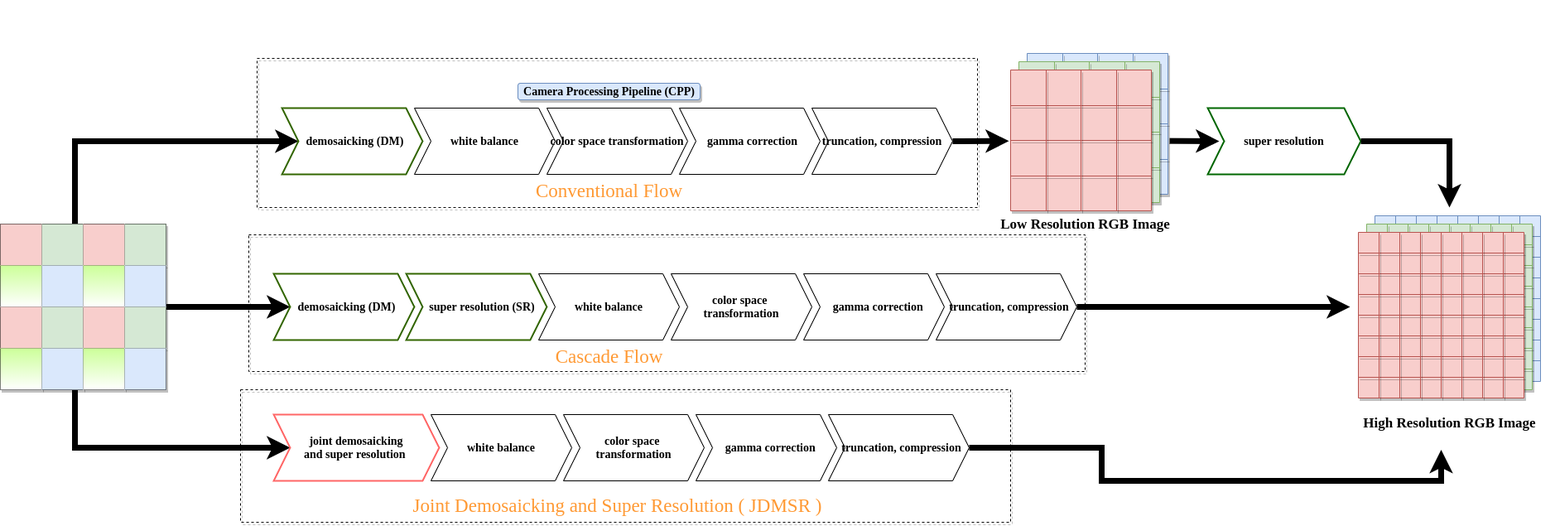
Earlier version of the draw.io export processing_pipeline.png (Howeng98/Demosaicing_SuperResolution). Source tidied: cells renumbered, new cells last; positions are measured from the earlier drawing's top-left corner, leaving out a move shared by most shapes.
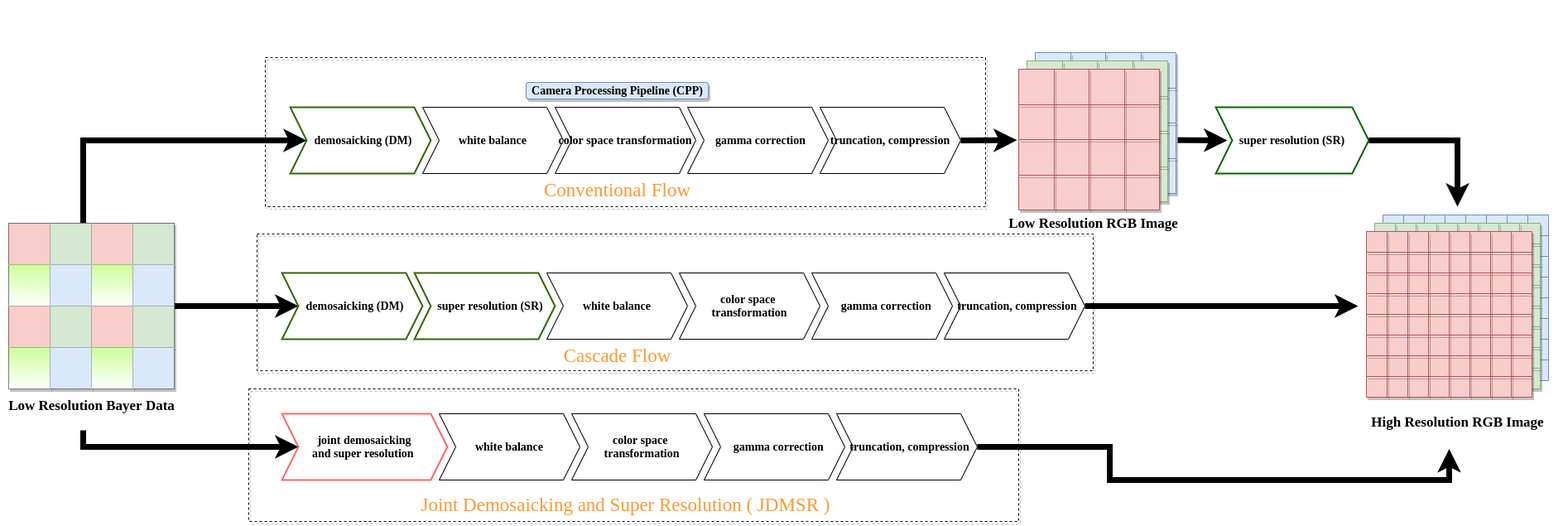
After the change.

Diff of the diagram source:
```diff
@@ -23,8 +23,9 @@
         <mxPoint x="350" y="306" as="targetPoint" />
       </mxGeometry>
     </mxCell>
-    <mxCell id="7" style="edgeStyle=orthogonalEdgeStyle;rounded=0;jettySize=auto;html=1;entryX=0;entryY=0.5;entryDx=0;entryDy=0;strokeWidth=7;" parent="1" edge="1" source="8" target="41">
+    <mxCell id="7" style="edgeStyle=orthogonalEdgeStyle;rounded=0;jettySize=auto;html=1;entryX=0;entryY=0.5;entryDx=0;entryDy=0;strokeWidth=7;" parent="1" edge="1" target="41">
       <mxGeometry relative="1" as="geometry">
+        <mxPoint x="90" y="456" as="sourcePoint" />
         <Array as="points">
           <mxPoint x="90" y="476" />
         </Array>
@@ -1004,7 +1005,7 @@
     <mxCell id="331" value="&lt;font size=&quot;1&quot;&gt;&lt;span style=&quot;font-style: normal ; font-size: 17px&quot;&gt;High Resolution RGB Image&lt;/span&gt;&lt;/font&gt;" style="text;html=1;align=center;verticalAlign=middle;fillColor=none;rounded=1;shadow=0;sketch=0;labelBorderColor=none;fontFamily=Times New Roman;fontStyle=3;fontSize=14;" parent="111" vertex="1">
       <mxGeometry y="240" width="220" height="20" as="geometry" />
     </mxCell>
-    <mxCell id="332" value="&lt;b&gt;&lt;font style=&quot;font-size: 14px&quot;&gt;super resolution&lt;/font&gt;&lt;/b&gt;" style="shape=step;perimeter=stepPerimeter;whiteSpace=wrap;html=1;fixedSize=1;startSize=0;fillColor=#FFFFFF;strokeWidth=2;fontFamily=Times New Roman;strokeColor=#006600;" parent="1" vertex="1">
+    <mxCell id="332" value="&lt;b&gt;&lt;font style=&quot;font-size: 14px&quot;&gt;super resolution (SR)&lt;/font&gt;&lt;/b&gt;" style="shape=step;perimeter=stepPerimeter;whiteSpace=wrap;html=1;fixedSize=1;startSize=0;fillColor=#FFFFFF;strokeWidth=2;fontFamily=Times New Roman;strokeColor=#006600;" parent="1" vertex="1">
       <mxGeometry x="1458" y="66" width="185" height="80" as="geometry" />
     </mxCell>
     <mxCell id="333" style="edgeStyle=orthogonalEdgeStyle;rounded=0;jettySize=auto;html=1;strokeWidth=7;exitX=1;exitY=0.5;exitDx=0;exitDy=0;fontFamily=Times New Roman;entryX=0;entryY=0.5;entryDx=0;entryDy=0;" parent="1" edge="1" source="45" target="313">
@@ -1051,5 +1052,8 @@
     <mxCell id="340" value="&lt;span&gt;&lt;font style=&quot;font-size: 23px&quot;&gt;Joint Demosaicking and Super Resolution ( JDMSR )&lt;/font&gt;&lt;/span&gt;" style="text;html=1;align=center;verticalAlign=middle;fillColor=none;strokeColor=none;rounded=0;shadow=1;sketch=0;fontFamily=Times New Roman;fontStyle=0;fontColor=#FF9933;" parent="1" vertex="1">
       <mxGeometry x="490" y="536" width="510" height="20" as="geometry" />
     </mxCell>
+    <mxCell id="341" value="&lt;font size=&quot;1&quot;&gt;&lt;span style=&quot;font-style: normal ; font-size: 17px&quot;&gt;Low Resolution Bayer Data&lt;/span&gt;&lt;/font&gt;" style="text;html=1;align=center;verticalAlign=middle;fillColor=none;rounded=1;shadow=0;sketch=0;labelBorderColor=none;fontFamily=Times New Roman;fontStyle=3;fontSize=14;" parent="1" vertex="1">
+      <mxGeometry x="-10" y="416" width="220" height="20" as="geometry" />
+    </mxCell>
   </root>
 </mxGraphModel>
```
